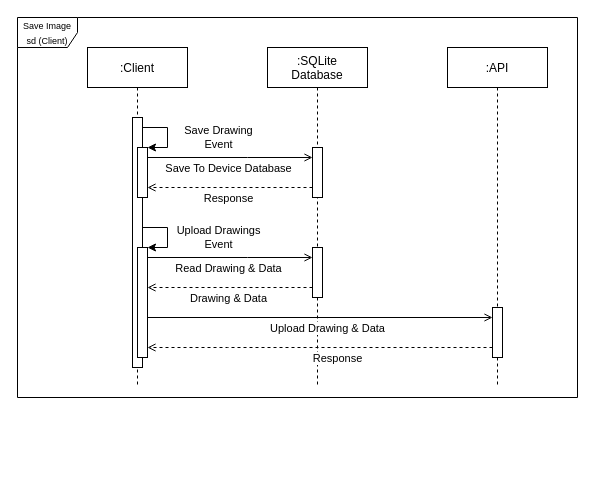
The draw.io diagram Project Docs/Diagrams/Save Image Sequence Diagrams/Client/Save Image Sequence Diagram (Client)(Source).drawio in jgalminas/nma, before the edit. Source tidied: cells renumbered, new cells numbered last; positions are measured from the earlier drawing's top-left corner, leaving out a move shared by most shapes. Both pictures are drawn from the tidied source at 100%, with x=0, y=0 at pixel (17, 17).
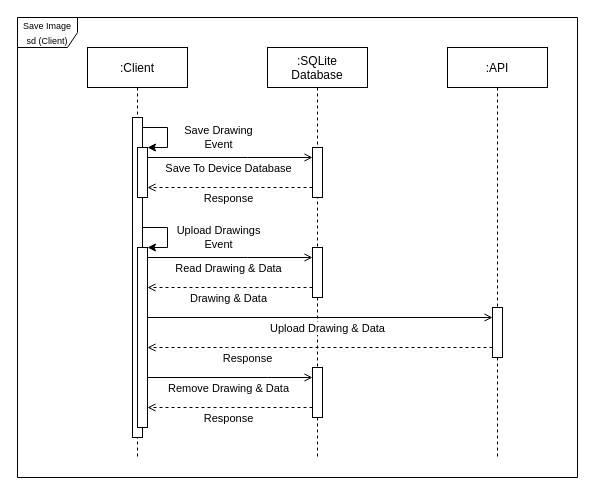
The same diagram, later.

Commit message (it also covers changes not shown here):
Updated drawing save sd (client)

Unchanged cells that the change refers to:
```xml
<mxCell id="26" style="edgeStyle=orthogonalEdgeStyle;rounded=0;jettySize=auto;html=1;endArrow=open;endFill=0;dashed=1;" parent="1" edge="1" target="17">
  <mxGeometry relative="1" as="geometry">
    <mxPoint x="475" y="330" as="sourcePoint" />
    <Array as="points">
      <mxPoint x="210" y="330" />
      <mxPoint x="210" y="330" />
    </Array>
  </mxGeometry>
</mxCell>
```

Diff of the diagram source:
```diff
@@
     <mxCell id="2" value="&lt;font style=&quot;font-size: 9px&quot;&gt;Save Image sd (Client)&lt;/font&gt;" style="shape=umlFrame;whiteSpace=wrap;html=1;" parent="1" vertex="1">
-      <mxGeometry width="560" height="380" as="geometry" />
+      <mxGeometry width="560" height="460" as="geometry" />
     </mxCell>
     <mxCell id="3" value=":Client" style="shape=umlLifeline;perimeter=lifelinePerimeter;rounded=0;shadow=0;strokeWidth=1;" parent="1" vertex="1">
-      <mxGeometry x="70" y="30" width="100" height="340" as="geometry" />
+      <mxGeometry x="70" y="30" width="100" height="410" as="geometry" />
     </mxCell>
@@
     <mxCell id="6" style="points=[];perimeter=orthogonalPerimeter;rounded=0;shadow=0;strokeWidth=1;" parent="3" vertex="1">
-      <mxGeometry x="45" y="70" width="10" height="250" as="geometry" />
+      <mxGeometry x="45" y="70" width="10" height="320" as="geometry" />
     </mxCell>
@@
     <mxCell id="8" value=":SQLite&#10;Database" style="shape=umlLifeline;perimeter=lifelinePerimeter;rounded=0;shadow=0;strokeWidth=1;" parent="1" vertex="1">
-      <mxGeometry x="250" y="30" width="100" height="340" as="geometry" />
+      <mxGeometry x="250" y="30" width="100" height="410" as="geometry" />
     </mxCell>
@@
+    <mxCell id="28" style="html=1;points=[];perimeter=orthogonalPerimeter;align=left;" parent="8" vertex="1">
+      <mxGeometry x="45" y="320" width="10" height="50" as="geometry" />
+    </mxCell>
@@
     <mxCell id="17" style="points=[];perimeter=orthogonalPerimeter;rounded=0;shadow=0;strokeWidth=1;" parent="1" vertex="1">
-      <mxGeometry x="120" y="230" width="10" height="110" as="geometry" />
+      <mxGeometry x="120" y="230" width="10" height="180" as="geometry" />
     </mxCell>
@@
     <mxCell id="22" value=":API" style="shape=umlLifeline;perimeter=lifelinePerimeter;rounded=0;shadow=0;strokeWidth=1;" parent="1" vertex="1">
-      <mxGeometry x="430" y="30" width="100" height="340" as="geometry" />
+      <mxGeometry x="430" y="30" width="100" height="410" as="geometry" />
     </mxCell>
@@
     <mxCell id="27" value="Response" style="edgeLabel;html=1;align=center;verticalAlign=middle;" parent="26" vertex="1">
       <mxGeometry x="-0.22" y="1" relative="1" as="geometry">
-        <mxPoint x="-20.7" y="9" as="offset" />
+        <mxPoint x="-110.1" y="9" as="offset" />
       </mxGeometry>
     </mxCell>
+    <mxCell id="29" style="edgeStyle=orthogonalEdgeStyle;rounded=0;jettySize=auto;html=1;endArrow=open;endFill=0;" parent="1" edge="1" source="17" target="28">
+      <mxGeometry relative="1" as="geometry">
+        <Array as="points">
+          <mxPoint x="250" y="360" />
+          <mxPoint x="250" y="360" />
+        </Array>
+      </mxGeometry>
+    </mxCell>
+    <mxCell id="30" value="Remove Drawing &amp;amp; Data" style="edgeLabel;html=1;align=center;verticalAlign=middle;" parent="29" vertex="1">
+      <mxGeometry x="0.15" y="1" relative="1" as="geometry">
+        <mxPoint x="-14.8" y="11" as="offset" />
+      </mxGeometry>
+    </mxCell>
+    <mxCell id="31" style="edgeStyle=orthogonalEdgeStyle;rounded=0;jettySize=auto;html=1;endArrow=open;endFill=0;dashed=1;" parent="1" edge="1" source="28" target="17">
+      <mxGeometry relative="1" as="geometry">
+        <Array as="points">
+          <mxPoint x="250" y="390" />
+          <mxPoint x="250" y="390" />
+        </Array>
+      </mxGeometry>
+    </mxCell>
+    <mxCell id="32" value="Response" style="edgeLabel;html=1;align=center;verticalAlign=middle;" parent="31" vertex="1">
+      <mxGeometry x="-0.22" y="1" relative="1" as="geometry">
+        <mxPoint x="-20.4" y="9" as="offset" />
+      </mxGeometry>
+    </mxCell>
```
